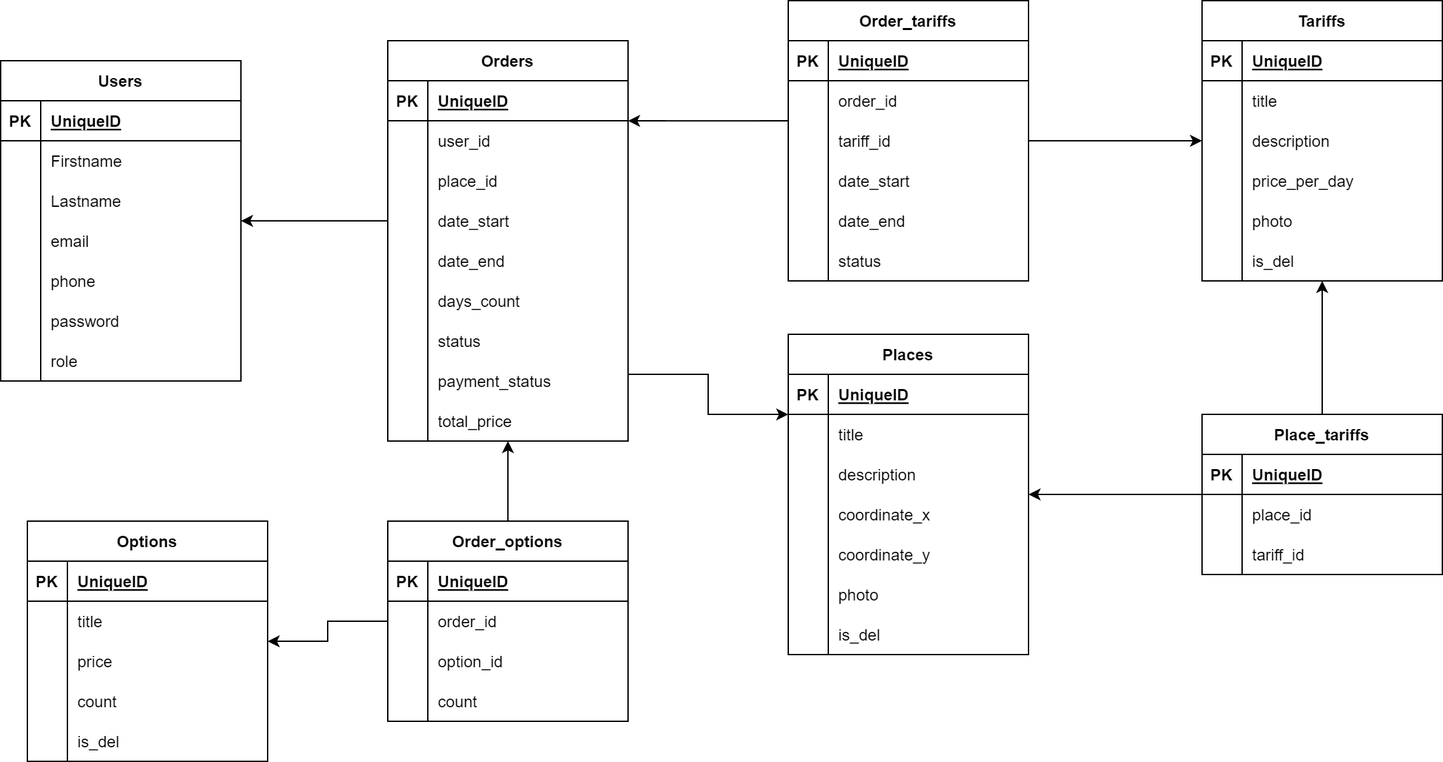
The draw.io diagram glamp.drawio.png in aWatLove/glamping, before a commit. Source tidied: cells renumbered, new cells last; positions are measured from the earlier drawing's top-left corner, leaving out a move shared by most shapes.
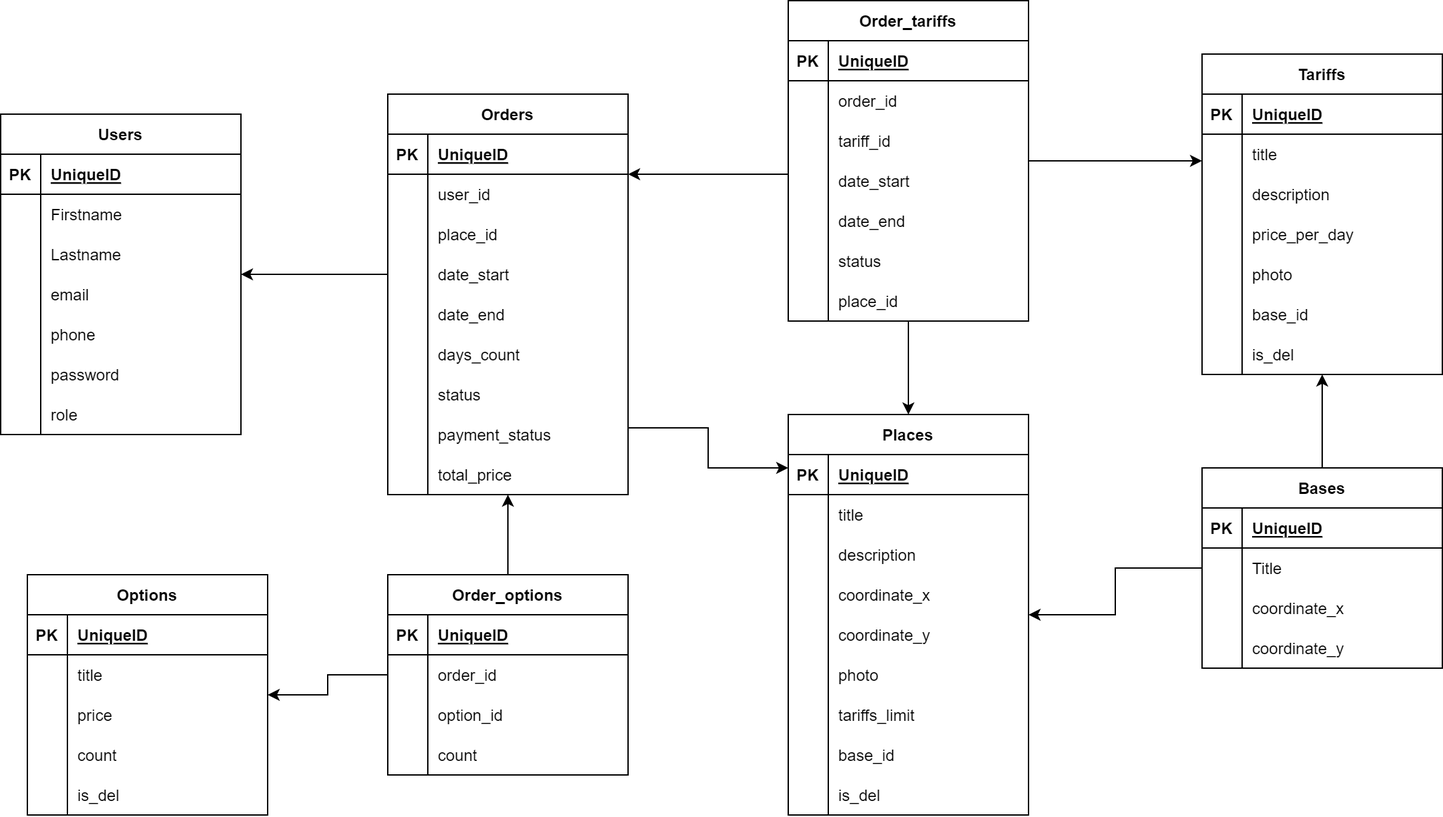
Above is the later version.

The edit, as a diff of the source:
```diff
@@ -3,7 +3,7 @@
     <mxCell id="0" />
     <mxCell id="1" parent="0" />
     <mxCell id="2" value="Tariffs" style="shape=table;startSize=30;rowLines=0;fontStyle=1;align=center;" parent="1" vertex="1">
-      <mxGeometry x="900" width="180" height="210" as="geometry" />
+      <mxGeometry x="900" width="180" height="240" as="geometry" />
     </mxCell>
     <mxCell id="3" style="shape=tableRow;horizontal=0;startSize=0;swimlaneHead=0;swimlaneBody=0;fillColor=none;top=0;left=0;right=0;bottom=1;" parent="2" vertex="1">
       <mxGeometry y="30" width="180" height="30" as="geometry" />
@@ -50,8 +50,17 @@
     <mxCell id="17" value="photo" style="shape=partialRectangle;fillColor=none;top=0;left=0;bottom=0;right=0;align=left;spacingLeft=6;overflow=hidden;" parent="15" vertex="1">
       <mxGeometry x="30" width="150" height="30" as="geometry" />
     </mxCell>
+    <mxCell id="159" style="shape=tableRow;horizontal=0;startSize=0;swimlaneHead=0;swimlaneBody=0;fillColor=none;top=0;left=0;right=0;bottom=0;" parent="2" vertex="1">
+      <mxGeometry y="180" width="180" height="30" as="geometry" />
+    </mxCell>
+    <mxCell id="160" style="shape=partialRectangle;fillColor=none;top=0;left=0;bottom=0;right=0;overflow=hidden;" parent="159" vertex="1">
+      <mxGeometry width="30" height="30" as="geometry" />
+    </mxCell>
+    <mxCell id="161" value="base_id" style="shape=partialRectangle;fillColor=none;top=0;left=0;bottom=0;right=0;align=left;spacingLeft=6;overflow=hidden;" parent="159" vertex="1">
+      <mxGeometry x="30" width="150" height="30" as="geometry" />
+    </mxCell>
     <mxCell id="18" style="shape=tableRow;horizontal=0;startSize=0;swimlaneHead=0;swimlaneBody=0;fillColor=none;top=0;left=0;right=0;bottom=0;" parent="2" vertex="1">
-      <mxGeometry y="180" width="180" height="30" as="geometry" />
+      <mxGeometry y="210" width="180" height="30" as="geometry" />
     </mxCell>
     <mxCell id="19" style="shape=partialRectangle;fillColor=none;top=0;left=0;bottom=0;right=0;overflow=hidden;" parent="18" vertex="1">
       <mxGeometry width="30" height="30" as="geometry" />
@@ -60,7 +69,7 @@
       <mxGeometry x="30" width="150" height="30" as="geometry" />
     </mxCell>
     <mxCell id="21" value="Places" style="shape=table;startSize=30;rowLines=0;fontStyle=1;align=center;" parent="1" vertex="1">
-      <mxGeometry x="590" y="250" width="180" height="240" as="geometry" />
+      <mxGeometry x="590" y="270" width="180" height="300" as="geometry" />
     </mxCell>
     <mxCell id="22" style="shape=tableRow;horizontal=0;startSize=0;swimlaneHead=0;swimlaneBody=0;fillColor=none;top=0;left=0;right=0;bottom=1;" parent="21" vertex="1">
       <mxGeometry y="30" width="180" height="30" as="geometry" />
@@ -116,8 +125,26 @@
     <mxCell id="39" value="photo" style="shape=partialRectangle;fillColor=none;top=0;left=0;bottom=0;right=0;align=left;spacingLeft=6;overflow=hidden;" parent="37" vertex="1">
       <mxGeometry x="30" width="150" height="30" as="geometry" />
     </mxCell>
+    <mxCell id="162" style="shape=tableRow;horizontal=0;startSize=0;swimlaneHead=0;swimlaneBody=0;fillColor=none;top=0;left=0;right=0;bottom=0;" parent="21" vertex="1">
+      <mxGeometry y="210" width="180" height="30" as="geometry" />
+    </mxCell>
+    <mxCell id="163" style="shape=partialRectangle;fillColor=none;top=0;left=0;bottom=0;right=0;overflow=hidden;" parent="162" vertex="1">
+      <mxGeometry width="30" height="30" as="geometry" />
+    </mxCell>
+    <mxCell id="164" value="tariffs_limit" style="shape=partialRectangle;fillColor=none;top=0;left=0;bottom=0;right=0;align=left;spacingLeft=6;overflow=hidden;" parent="162" vertex="1">
+      <mxGeometry x="30" width="150" height="30" as="geometry" />
+    </mxCell>
+    <mxCell id="165" style="shape=tableRow;horizontal=0;startSize=0;swimlaneHead=0;swimlaneBody=0;fillColor=none;top=0;left=0;right=0;bottom=0;" parent="21" vertex="1">
+      <mxGeometry y="240" width="180" height="30" as="geometry" />
+    </mxCell>
+    <mxCell id="166" style="shape=partialRectangle;fillColor=none;top=0;left=0;bottom=0;right=0;overflow=hidden;" parent="165" vertex="1">
+      <mxGeometry width="30" height="30" as="geometry" />
+    </mxCell>
+    <mxCell id="167" value="base_id" style="shape=partialRectangle;fillColor=none;top=0;left=0;bottom=0;right=0;align=left;spacingLeft=6;overflow=hidden;" parent="165" vertex="1">
+      <mxGeometry x="30" width="150" height="30" as="geometry" />
+    </mxCell>
     <mxCell id="40" style="shape=tableRow;horizontal=0;startSize=0;swimlaneHead=0;swimlaneBody=0;fillColor=none;top=0;left=0;right=0;bottom=0;" parent="21" vertex="1">
-      <mxGeometry y="210" width="180" height="30" as="geometry" />
+      <mxGeometry y="270" width="180" height="30" as="geometry" />
     </mxCell>
     <mxCell id="41" style="shape=partialRectangle;fillColor=none;top=0;left=0;bottom=0;right=0;overflow=hidden;" parent="40" vertex="1">
       <mxGeometry width="30" height="30" as="geometry" />
@@ -131,8 +158,8 @@
     <mxCell id="44" style="edgeStyle=orthogonalEdgeStyle;rounded=0;jettySize=auto;html=1;" parent="1" edge="1" source="45" target="21">
       <mxGeometry relative="1" as="geometry" />
     </mxCell>
-    <mxCell id="45" value="Place_tariffs" style="shape=table;startSize=30;rowLines=0;fontStyle=1;align=center;" parent="1" vertex="1">
-      <mxGeometry x="900" y="310" width="180" height="120" as="geometry" />
+    <mxCell id="45" value="Bases" style="shape=table;startSize=30;rowLines=0;fontStyle=1;align=center;" parent="1" vertex="1">
+      <mxGeometry x="900" y="310" width="180" height="150" as="geometry" />
     </mxCell>
     <mxCell id="46" style="shape=tableRow;horizontal=0;startSize=0;swimlaneHead=0;swimlaneBody=0;fillColor=none;top=0;left=0;right=0;bottom=1;" parent="45" vertex="1">
       <mxGeometry y="30" width="180" height="30" as="geometry" />
@@ -149,7 +176,7 @@
     <mxCell id="50" style="shape=partialRectangle;fillColor=none;top=0;left=0;bottom=0;right=0;overflow=hidden;" parent="49" vertex="1">
       <mxGeometry width="30" height="30" as="geometry" />
     </mxCell>
-    <mxCell id="51" value="place_id" style="shape=partialRectangle;fillColor=none;top=0;left=0;bottom=0;right=0;align=left;spacingLeft=6;overflow=hidden;" parent="49" vertex="1">
+    <mxCell id="51" value="Title" style="shape=partialRectangle;fillColor=none;top=0;left=0;bottom=0;right=0;align=left;spacingLeft=6;overflow=hidden;" parent="49" vertex="1">
       <mxGeometry x="30" width="150" height="30" as="geometry" />
     </mxCell>
     <mxCell id="52" style="shape=tableRow;horizontal=0;startSize=0;swimlaneHead=0;swimlaneBody=0;fillColor=none;top=0;left=0;right=0;bottom=0;" parent="45" vertex="1">
@@ -158,9 +185,18 @@
     <mxCell id="53" style="shape=partialRectangle;fillColor=none;top=0;left=0;bottom=0;right=0;overflow=hidden;" parent="52" vertex="1">
       <mxGeometry width="30" height="30" as="geometry" />
     </mxCell>
-    <mxCell id="54" value="tariff_id" style="shape=partialRectangle;fillColor=none;top=0;left=0;bottom=0;right=0;align=left;spacingLeft=6;overflow=hidden;" parent="52" vertex="1">
+    <mxCell id="54" value="coordinate_x" style="shape=partialRectangle;fillColor=none;top=0;left=0;bottom=0;right=0;align=left;spacingLeft=6;overflow=hidden;" parent="52" vertex="1">
       <mxGeometry x="30" width="150" height="30" as="geometry" />
     </mxCell>
+    <mxCell id="168" style="shape=tableRow;horizontal=0;startSize=0;swimlaneHead=0;swimlaneBody=0;fillColor=none;top=0;left=0;right=0;bottom=0;" parent="45" vertex="1">
+      <mxGeometry y="120" width="180" height="30" as="geometry" />
+    </mxCell>
+    <mxCell id="169" style="shape=partialRectangle;fillColor=none;top=0;left=0;bottom=0;right=0;overflow=hidden;" parent="168" vertex="1">
+      <mxGeometry width="30" height="30" as="geometry" />
+    </mxCell>
+    <mxCell id="170" value="coordinate_y" style="shape=partialRectangle;fillColor=none;top=0;left=0;bottom=0;right=0;align=left;spacingLeft=6;overflow=hidden;" parent="168" vertex="1">
+      <mxGeometry x="30" width="150" height="30" as="geometry" />
+    </mxCell>
     <mxCell id="55" style="edgeStyle=orthogonalEdgeStyle;rounded=0;jettySize=auto;html=1;" parent="1" edge="1" source="56" target="21">
       <mxGeometry relative="1" as="geometry">
         <Array as="points">
@@ -269,8 +305,11 @@
         </Array>
       </mxGeometry>
     </mxCell>
+    <mxCell id="171" style="edgeStyle=orthogonalEdgeStyle;rounded=0;jettySize=auto;html=1;" parent="1" edge="1" source="86" target="21">
+      <mxGeometry relative="1" as="geometry" />
+    </mxCell>
     <mxCell id="86" value="Order_tariffs" style="shape=table;startSize=30;rowLines=0;fontStyle=1;align=center;" parent="1" vertex="1">
-      <mxGeometry x="590" width="180" height="210" as="geometry" />
+      <mxGeometry x="590" y="-40" width="180" height="240" as="geometry" />
     </mxCell>
     <mxCell id="87" style="shape=tableRow;horizontal=0;startSize=0;swimlaneHead=0;swimlaneBody=0;fillColor=none;top=0;left=0;right=0;bottom=1;" parent="86" vertex="1">
       <mxGeometry y="30" width="180" height="30" as="geometry" />
@@ -326,6 +365,15 @@
     <mxCell id="104" value="status" style="shape=partialRectangle;fillColor=none;top=0;left=0;bottom=0;right=0;align=left;spacingLeft=6;overflow=hidden;" parent="102" vertex="1">
       <mxGeometry x="30" width="150" height="30" as="geometry" />
     </mxCell>
+    <mxCell id="172" style="shape=tableRow;horizontal=0;startSize=0;swimlaneHead=0;swimlaneBody=0;fillColor=none;top=0;left=0;right=0;bottom=0;" parent="86" vertex="1">
+      <mxGeometry y="210" width="180" height="30" as="geometry" />
+    </mxCell>
+    <mxCell id="173" style="shape=partialRectangle;fillColor=none;top=0;left=0;bottom=0;right=0;overflow=hidden;" parent="172" vertex="1">
+      <mxGeometry width="30" height="30" as="geometry" />
+    </mxCell>
+    <mxCell id="174" value="place_id" style="shape=partialRectangle;fillColor=none;top=0;left=0;bottom=0;right=0;align=left;spacingLeft=6;overflow=hidden;" parent="172" vertex="1">
+      <mxGeometry x="30" width="150" height="30" as="geometry" />
+    </mxCell>
     <mxCell id="105" value="Users" style="shape=table;startSize=30;rowLines=0;fontStyle=1;align=center;" parent="1" vertex="1">
       <mxGeometry y="45" width="180" height="240" as="geometry" />
     </mxCell>
```
